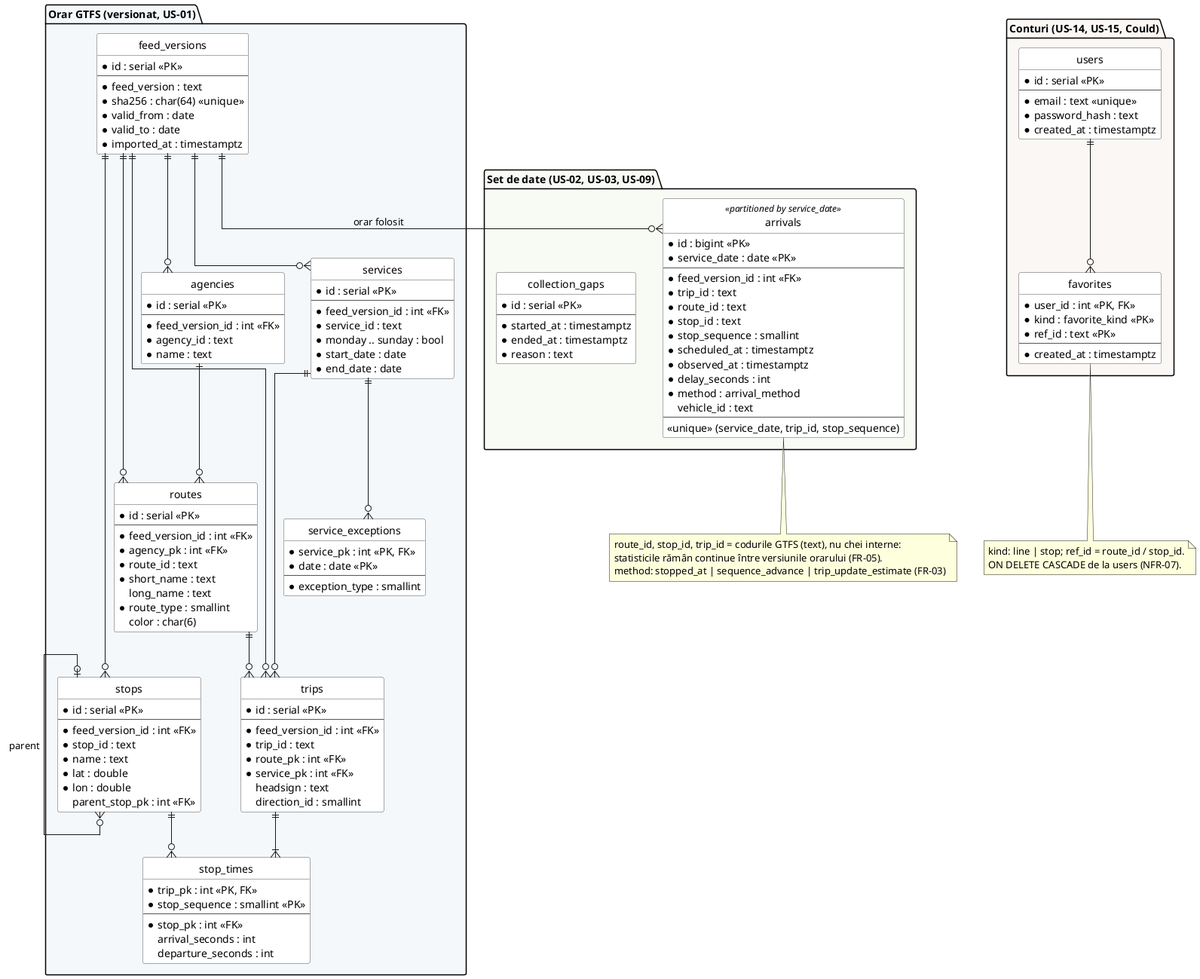
andreiOpran/mops keeps this PlantUML diagram as docs/diagrams/erd.png. Above is the earlier version.
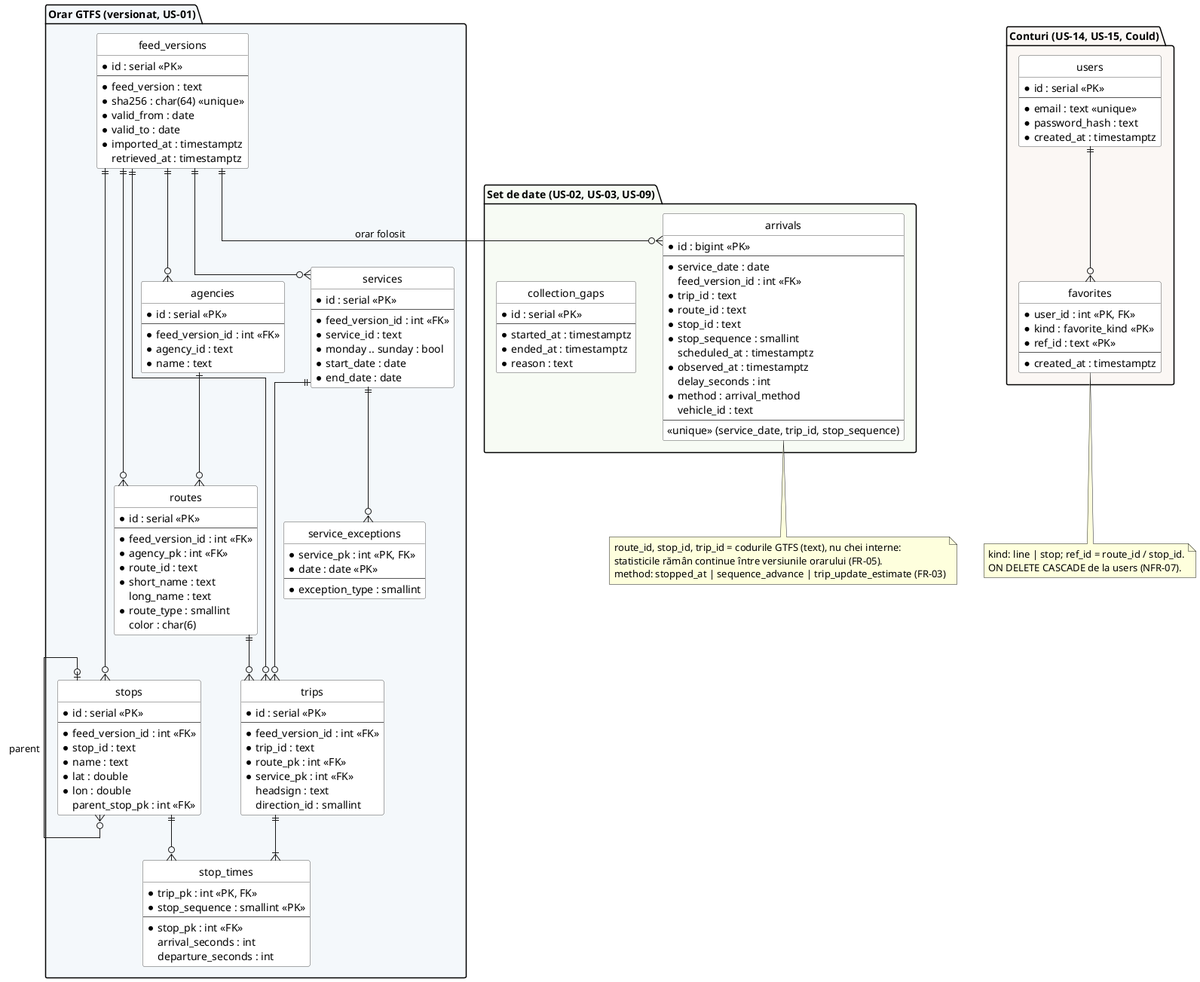
Later version of the same file.

Commit message:
chore(db): migration 0003 with arrivals table and feed_versions.retrieved_at

What changed in the source:
```diff
@@ -16,6 +16,7 @@
     * valid_from : date
     * valid_to : date
     * imported_at : timestamptz
+    retrieved_at : timestamptz
   }
 
   entity agencies {
@@ -88,18 +89,18 @@
 }
 
 package "Set de date (US-02, US-03, US-09)" #F7FBF4 {
-  entity arrivals <<partitioned by service_date>> {
+  entity arrivals {
     * id : bigint <<PK>>
-    * service_date : date <<PK>>
     --
-    * feed_version_id : int <<FK>>
+    * service_date : date
+    feed_version_id : int <<FK>>
     * trip_id : text
     * route_id : text
     * stop_id : text
     * stop_sequence : smallint
-    * scheduled_at : timestamptz
+    scheduled_at : timestamptz
     * observed_at : timestamptz
-    * delay_seconds : int
+    delay_seconds : int
     * method : arrival_method
     vehicle_id : text
     --
```
